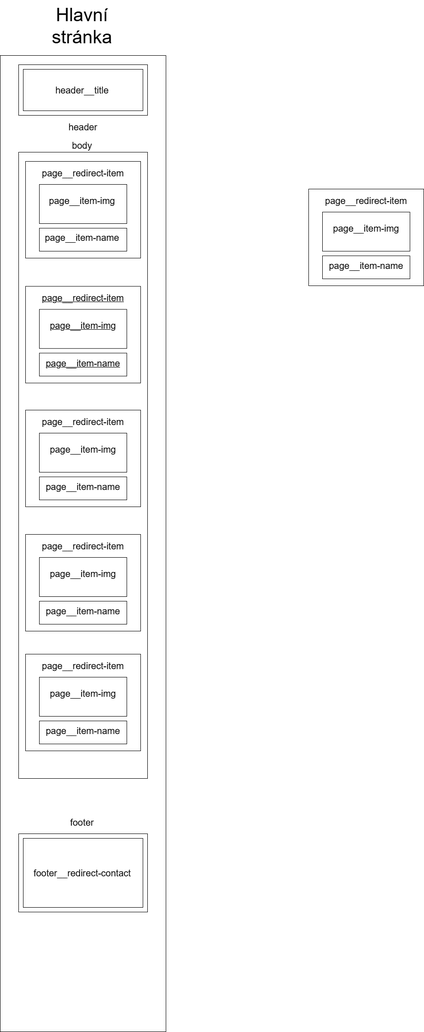
Before: web_design_mobile.drawio.png, a diagram exported from draw.io (pslib-cz/2025-p2b-web-project-matej-danihel). Source tidied: cells renumbered, new cells last; positions are measured from the earlier drawing's top-left corner, leaving out a move shared by most shapes.
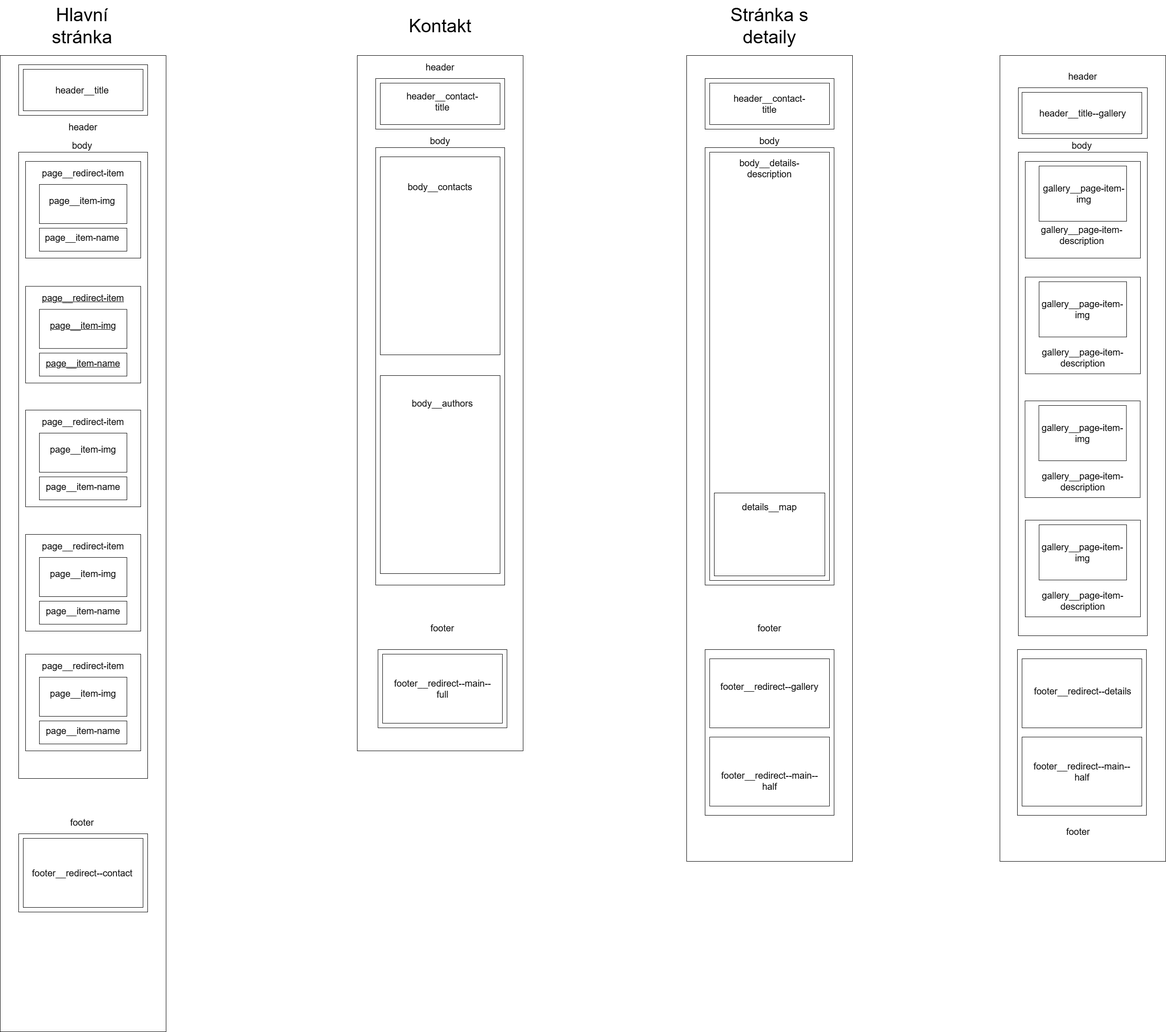
After the change.

Commit message:
mobile drawio diagram done

Change to the diagram source:
```diff
@@ -41,24 +41,6 @@
     <mxCell id="14" value="&lt;font style=&quot;font-size: 20px;&quot;&gt;page__item-name&lt;/font&gt;" style="text;html=1;whiteSpace=wrap;strokeColor=none;fillColor=none;align=center;verticalAlign=middle;rounded=0;" parent="1" vertex="1">
       <mxGeometry x="73" y="480" width="210" height="70" as="geometry" />
     </mxCell>
-    <mxCell id="15" style="rounded=0;whiteSpace=wrap;html=1;fillColor=none;" parent="1" vertex="1">
-      <mxGeometry x="670" y="410" width="250" height="210" as="geometry" />
-    </mxCell>
-    <mxCell id="16" style="rounded=0;whiteSpace=wrap;html=1;fillColor=none;" parent="1" vertex="1">
-      <mxGeometry x="700" y="555" width="190" height="50" as="geometry" />
-    </mxCell>
-    <mxCell id="17" style="rounded=0;whiteSpace=wrap;html=1;fillColor=none;" parent="1" vertex="1">
-      <mxGeometry x="700" y="460" width="190" height="85" as="geometry" />
-    </mxCell>
-    <mxCell id="18" value="&lt;font style=&quot;font-size: 20px;&quot;&gt;page__redirect-item&lt;/font&gt;" style="text;html=1;whiteSpace=wrap;strokeColor=none;fillColor=none;align=center;verticalAlign=middle;rounded=0;" parent="1" vertex="1">
-      <mxGeometry x="690" y="400" width="210" height="70" as="geometry" />
-    </mxCell>
-    <mxCell id="19" value="&lt;font style=&quot;font-size: 20px;&quot;&gt;page__item-img&lt;/font&gt;" style="text;html=1;whiteSpace=wrap;strokeColor=none;fillColor=none;align=center;verticalAlign=middle;rounded=0;" parent="1" vertex="1">
-      <mxGeometry x="690" y="460" width="210" height="70" as="geometry" />
-    </mxCell>
-    <mxCell id="20" value="&lt;font style=&quot;font-size: 20px;&quot;&gt;page__item-name&lt;/font&gt;" style="text;html=1;whiteSpace=wrap;strokeColor=none;fillColor=none;align=center;verticalAlign=middle;rounded=0;" parent="1" vertex="1">
-      <mxGeometry x="690" y="541.2" width="210" height="70" as="geometry" />
-    </mxCell>
     <mxCell id="21" value="&lt;font style=&quot;font-size: 20px;&quot;&gt;body&lt;/font&gt;" style="text;html=1;whiteSpace=wrap;strokeColor=none;fillColor=none;align=center;verticalAlign=middle;rounded=0;" parent="1" vertex="1">
       <mxGeometry x="118" y="300" width="120" height="30" as="geometry" />
     </mxCell>
@@ -143,8 +125,194 @@
     <mxCell id="48" style="rounded=0;whiteSpace=wrap;html=1;fillColor=none;" parent="1" vertex="1">
       <mxGeometry x="50" y="1820" width="260" height="150" as="geometry" />
     </mxCell>
-    <mxCell id="49" value="&lt;span style=&quot;font-size: 20px;&quot;&gt;footer__redirect-contact&lt;/span&gt;" style="text;html=1;whiteSpace=wrap;strokeColor=none;fillColor=none;align=center;verticalAlign=middle;rounded=0;" parent="1" vertex="1">
+    <mxCell id="49" value="&lt;span style=&quot;font-size: 20px;&quot;&gt;footer__redirect--contact&lt;/span&gt;" style="text;html=1;whiteSpace=wrap;strokeColor=none;fillColor=none;align=center;verticalAlign=middle;rounded=0;" parent="1" vertex="1">
       <mxGeometry x="60.5" y="1860" width="235" height="70" as="geometry" />
     </mxCell>
+    <mxCell id="50" style="rounded=0;whiteSpace=wrap;html=1;fillColor=none;" parent="1" vertex="1">
+      <mxGeometry x="775" y="120" width="360" height="1510" as="geometry" />
+    </mxCell>
+    <mxCell id="51" value="&lt;font style=&quot;font-size: 40px;&quot;&gt;Kontakt&lt;/font&gt;" style="text;html=1;whiteSpace=wrap;strokeColor=none;fillColor=none;align=center;verticalAlign=middle;rounded=0;" parent="1" vertex="1">
+      <mxGeometry x="840" y="10" width="230" height="90" as="geometry" />
+    </mxCell>
+    <mxCell id="52" style="rounded=0;whiteSpace=wrap;html=1;fillColor=none;" parent="1" vertex="1">
+      <mxGeometry x="815" y="170" width="280" height="110" as="geometry" />
+    </mxCell>
+    <mxCell id="53" style="rounded=0;whiteSpace=wrap;html=1;fillColor=none;" parent="1" vertex="1">
+      <mxGeometry x="825" y="180" width="260" height="90" as="geometry" />
+    </mxCell>
+    <mxCell id="54" value="&lt;font style=&quot;font-size: 20px;&quot;&gt;header__contact-title&lt;/font&gt;" style="text;html=1;whiteSpace=wrap;strokeColor=none;fillColor=none;align=center;verticalAlign=middle;rounded=0;" parent="1" vertex="1">
+      <mxGeometry x="870" y="200" width="180" height="40" as="geometry" />
+    </mxCell>
+    <mxCell id="55" value="&lt;font style=&quot;font-size: 20px;&quot;&gt;header&lt;/font&gt;" style="text;html=1;whiteSpace=wrap;strokeColor=none;fillColor=none;align=center;verticalAlign=middle;rounded=0;" parent="1" vertex="1">
+      <mxGeometry x="895" y="130" width="120" height="30" as="geometry" />
+    </mxCell>
+    <mxCell id="56" style="rounded=0;whiteSpace=wrap;html=1;fillColor=none;" parent="1" vertex="1">
+      <mxGeometry x="815" y="320" width="280" height="950" as="geometry" />
+    </mxCell>
+    <mxCell id="57" value="&lt;font style=&quot;font-size: 20px;&quot;&gt;body&lt;/font&gt;" style="text;html=1;whiteSpace=wrap;strokeColor=none;fillColor=none;align=center;verticalAlign=middle;rounded=0;" parent="1" vertex="1">
+      <mxGeometry x="895" y="290" width="120" height="30" as="geometry" />
+    </mxCell>
+    <mxCell id="58" style="rounded=0;whiteSpace=wrap;html=1;fillColor=none;" parent="1" vertex="1">
+      <mxGeometry x="825" y="340" width="260" height="430" as="geometry" />
+    </mxCell>
+    <mxCell id="59" value="&lt;font style=&quot;font-size: 20px;&quot;&gt;body__contacts&lt;/font&gt;" style="text;html=1;whiteSpace=wrap;strokeColor=none;fillColor=none;align=center;verticalAlign=middle;rounded=0;" parent="1" vertex="1">
+      <mxGeometry x="880" y="390" width="150" height="30" as="geometry" />
+    </mxCell>
+    <mxCell id="60" style="rounded=0;whiteSpace=wrap;html=1;fillColor=none;" parent="1" vertex="1">
+      <mxGeometry x="825" y="815" width="260" height="430" as="geometry" />
+    </mxCell>
+    <mxCell id="61" value="&lt;font style=&quot;font-size: 20px;&quot;&gt;body__authors&lt;/font&gt;" style="text;html=1;whiteSpace=wrap;strokeColor=none;fillColor=none;align=center;verticalAlign=middle;rounded=0;" parent="1" vertex="1">
+      <mxGeometry x="885" y="860" width="150" height="30" as="geometry" />
+    </mxCell>
+    <mxCell id="62" style="rounded=0;whiteSpace=wrap;html=1;fillColor=none;" parent="1" vertex="1">
+      <mxGeometry x="830" y="1420" width="260" height="150" as="geometry" />
+    </mxCell>
+    <mxCell id="63" style="rounded=0;whiteSpace=wrap;html=1;fillColor=none;" parent="1" vertex="1">
+      <mxGeometry x="820" y="1410" width="280" height="170" as="geometry" />
+    </mxCell>
+    <mxCell id="64" value="&lt;span style=&quot;font-size: 20px;&quot;&gt;footer&lt;/span&gt;" style="text;html=1;whiteSpace=wrap;strokeColor=none;fillColor=none;align=center;verticalAlign=middle;rounded=0;" parent="1" vertex="1">
+      <mxGeometry x="855" y="1327.5" width="210" height="70" as="geometry" />
+    </mxCell>
+    <mxCell id="65" value="&lt;span style=&quot;font-size: 20px;&quot;&gt;footer__redirect--main--full&lt;/span&gt;" style="text;html=1;whiteSpace=wrap;strokeColor=none;fillColor=none;align=center;verticalAlign=middle;rounded=0;" parent="1" vertex="1">
+      <mxGeometry x="842.5" y="1460" width="235" height="70" as="geometry" />
+    </mxCell>
+    <mxCell id="66" style="rounded=0;whiteSpace=wrap;html=1;fillColor=none;" parent="1" vertex="1">
+      <mxGeometry x="1490" y="120" width="360" height="1750" as="geometry" />
+    </mxCell>
+    <mxCell id="67" value="&lt;font style=&quot;font-size: 40px;&quot;&gt;Stránka s detaily&lt;/font&gt;" style="text;html=1;whiteSpace=wrap;strokeColor=none;fillColor=none;align=center;verticalAlign=middle;rounded=0;" parent="1" vertex="1">
+      <mxGeometry x="1555" width="230" height="110" as="geometry" />
+    </mxCell>
+    <mxCell id="68" style="rounded=0;whiteSpace=wrap;html=1;fillColor=none;" parent="1" vertex="1">
+      <mxGeometry x="1530" y="170" width="280" height="110" as="geometry" />
+    </mxCell>
+    <mxCell id="69" style="rounded=0;whiteSpace=wrap;html=1;fillColor=none;" parent="1" vertex="1">
+      <mxGeometry x="1540" y="180" width="260" height="90" as="geometry" />
+    </mxCell>
+    <mxCell id="70" value="&lt;font style=&quot;font-size: 20px;&quot;&gt;header__contact-title&lt;/font&gt;" style="text;html=1;whiteSpace=wrap;strokeColor=none;fillColor=none;align=center;verticalAlign=middle;rounded=0;" parent="1" vertex="1">
+      <mxGeometry x="1580" y="205" width="180" height="40" as="geometry" />
+    </mxCell>
+    <mxCell id="71" style="rounded=0;whiteSpace=wrap;html=1;fillColor=none;" parent="1" vertex="1">
+      <mxGeometry x="1530" y="320" width="280" height="950" as="geometry" />
+    </mxCell>
+    <mxCell id="72" value="&lt;font style=&quot;font-size: 20px;&quot;&gt;body&lt;/font&gt;" style="text;html=1;whiteSpace=wrap;strokeColor=none;fillColor=none;align=center;verticalAlign=middle;rounded=0;" parent="1" vertex="1">
+      <mxGeometry x="1610" y="290" width="120" height="30" as="geometry" />
+    </mxCell>
+    <mxCell id="73" style="rounded=0;whiteSpace=wrap;html=1;fillColor=none;" parent="1" vertex="1">
+      <mxGeometry x="1540" y="330" width="260" height="930" as="geometry" />
+    </mxCell>
+    <mxCell id="74" value="&lt;font style=&quot;font-size: 20px;&quot;&gt;body__details-description&lt;/font&gt;" style="text;html=1;whiteSpace=wrap;strokeColor=none;fillColor=none;align=center;verticalAlign=middle;rounded=0;" parent="1" vertex="1">
+      <mxGeometry x="1595" y="340" width="150" height="50" as="geometry" />
+    </mxCell>
+    <mxCell id="75" style="rounded=0;whiteSpace=wrap;html=1;fillColor=none;" parent="1" vertex="1">
+      <mxGeometry x="1550" y="1070" width="240" height="180" as="geometry" />
+    </mxCell>
+    <mxCell id="76" value="&lt;font style=&quot;font-size: 20px;&quot;&gt;details__map&lt;/font&gt;" style="text;html=1;whiteSpace=wrap;strokeColor=none;fillColor=none;align=center;verticalAlign=middle;rounded=0;" parent="1" vertex="1">
+      <mxGeometry x="1605" y="1085" width="130" height="30" as="geometry" />
+    </mxCell>
+    <mxCell id="77" style="rounded=0;whiteSpace=wrap;html=1;fillColor=none;" parent="1" vertex="1">
+      <mxGeometry x="1530" y="1410" width="280" height="360" as="geometry" />
+    </mxCell>
+    <mxCell id="78" value="&lt;span style=&quot;font-size: 20px;&quot;&gt;footer&lt;/span&gt;" style="text;html=1;whiteSpace=wrap;strokeColor=none;fillColor=none;align=center;verticalAlign=middle;rounded=0;" parent="1" vertex="1">
+      <mxGeometry x="1565" y="1327.5" width="210" height="70" as="geometry" />
+    </mxCell>
+    <mxCell id="79" style="rounded=0;whiteSpace=wrap;html=1;fillColor=none;" parent="1" vertex="1">
+      <mxGeometry x="1540" y="1430" width="260" height="150" as="geometry" />
+    </mxCell>
+    <mxCell id="80" style="rounded=0;whiteSpace=wrap;html=1;fillColor=none;" parent="1" vertex="1">
+      <mxGeometry x="1540" y="1600" width="260" height="150" as="geometry" />
+    </mxCell>
+    <mxCell id="81" value="&lt;span style=&quot;font-size: 20px;&quot;&gt;footer__redirect--main--half&lt;/span&gt;" style="text;html=1;whiteSpace=wrap;strokeColor=none;fillColor=none;align=center;verticalAlign=middle;rounded=0;" parent="1" vertex="1">
+      <mxGeometry x="1552.5" y="1660" width="235" height="70" as="geometry" />
+    </mxCell>
+    <mxCell id="82" value="&lt;span style=&quot;font-size: 20px;&quot;&gt;footer__redirect--gallery&lt;/span&gt;" style="text;html=1;whiteSpace=wrap;strokeColor=none;fillColor=none;align=center;verticalAlign=middle;rounded=0;" parent="1" vertex="1">
+      <mxGeometry x="1550" y="1470" width="240" height="40" as="geometry" />
+    </mxCell>
+    <mxCell id="83" style="rounded=0;whiteSpace=wrap;html=1;fillColor=none;" parent="1" vertex="1">
+      <mxGeometry x="2170" y="120" width="360" height="1750" as="geometry" />
+    </mxCell>
+    <mxCell id="84" style="rounded=0;whiteSpace=wrap;html=1;fillColor=none;" parent="1" vertex="1">
+      <mxGeometry x="2210" y="190" width="280" height="110" as="geometry" />
+    </mxCell>
+    <mxCell id="85" style="rounded=0;whiteSpace=wrap;html=1;fillColor=none;" parent="1" vertex="1">
+      <mxGeometry x="2218" y="200" width="260" height="90" as="geometry" />
+    </mxCell>
+    <mxCell id="86" value="&lt;font style=&quot;font-size: 20px;&quot;&gt;header&lt;/font&gt;" style="text;html=1;whiteSpace=wrap;strokeColor=none;fillColor=none;align=center;verticalAlign=middle;rounded=0;" parent="1" vertex="1">
+      <mxGeometry x="2290" y="150" width="120" height="30" as="geometry" />
+    </mxCell>
+    <mxCell id="87" value="&lt;font style=&quot;font-size: 20px;&quot;&gt;header__title--gallery&lt;/font&gt;" style="text;html=1;whiteSpace=wrap;strokeColor=none;fillColor=none;align=center;verticalAlign=middle;rounded=0;" parent="1" vertex="1">
+      <mxGeometry x="2240" y="230" width="220" height="30" as="geometry" />
+    </mxCell>
+    <mxCell id="88" style="rounded=0;whiteSpace=wrap;html=1;fillColor=none;" parent="1" vertex="1">
+      <mxGeometry x="2210" y="330" width="280" height="1050" as="geometry" />
+    </mxCell>
+    <mxCell id="89" style="rounded=0;whiteSpace=wrap;html=1;fillColor=none;" parent="1" vertex="1">
+      <mxGeometry x="2225" y="350" width="250" height="210" as="geometry" />
+    </mxCell>
+    <mxCell id="90" style="rounded=0;whiteSpace=wrap;html=1;fillColor=none;" parent="1" vertex="1">
+      <mxGeometry x="2255" y="360" width="190" height="120" as="geometry" />
+    </mxCell>
+    <mxCell id="91" value="&lt;font style=&quot;font-size: 20px;&quot;&gt;gallery__page-item-description&lt;/font&gt;" style="text;html=1;whiteSpace=wrap;strokeColor=none;fillColor=none;align=center;verticalAlign=middle;rounded=0;" parent="1" vertex="1">
+      <mxGeometry x="2243" y="475" width="210" height="70" as="geometry" />
+    </mxCell>
+    <mxCell id="92" value="&lt;font style=&quot;font-size: 20px;&quot;&gt;gallery__page-item-img&lt;/font&gt;" style="text;html=1;whiteSpace=wrap;strokeColor=none;fillColor=none;align=center;verticalAlign=middle;rounded=0;" parent="1" vertex="1">
+      <mxGeometry x="2260" y="390" width="185" height="60" as="geometry" />
+    </mxCell>
+    <mxCell id="93" value="&lt;font style=&quot;font-size: 20px;&quot;&gt;body&lt;/font&gt;" style="text;html=1;whiteSpace=wrap;strokeColor=none;fillColor=none;align=center;verticalAlign=middle;rounded=0;" parent="1" vertex="1">
+      <mxGeometry x="2288" y="300" width="120" height="30" as="geometry" />
+    </mxCell>
+    <mxCell id="94" style="rounded=0;whiteSpace=wrap;html=1;fillColor=none;" parent="1" vertex="1">
+      <mxGeometry x="2225" y="601.2" width="250" height="210" as="geometry" />
+    </mxCell>
+    <mxCell id="95" style="rounded=0;whiteSpace=wrap;html=1;fillColor=none;" parent="1" vertex="1">
+      <mxGeometry x="2255" y="611.2" width="190" height="120" as="geometry" />
+    </mxCell>
+    <mxCell id="96" value="&lt;font style=&quot;font-size: 20px;&quot;&gt;gallery__page-item-img&lt;/font&gt;" style="text;html=1;whiteSpace=wrap;strokeColor=none;fillColor=none;align=center;verticalAlign=middle;rounded=0;" parent="1" vertex="1">
+      <mxGeometry x="2257" y="641.2" width="185" height="60" as="geometry" />
+    </mxCell>
+    <mxCell id="97" value="&lt;font style=&quot;font-size: 20px;&quot;&gt;gallery__page-item-description&lt;/font&gt;" style="text;html=1;whiteSpace=wrap;strokeColor=none;fillColor=none;align=center;verticalAlign=middle;rounded=0;" parent="1" vertex="1">
+      <mxGeometry x="2245" y="741.2" width="210" height="70" as="geometry" />
+    </mxCell>
+    <mxCell id="98" style="rounded=0;whiteSpace=wrap;html=1;fillColor=none;" parent="1" vertex="1">
+      <mxGeometry x="2224.5" y="870" width="250" height="210" as="geometry" />
+    </mxCell>
+    <mxCell id="99" style="rounded=0;whiteSpace=wrap;html=1;fillColor=none;" parent="1" vertex="1">
+      <mxGeometry x="2254.5" y="880" width="190" height="120" as="geometry" />
+    </mxCell>
+    <mxCell id="100" value="&lt;font style=&quot;font-size: 20px;&quot;&gt;gallery__page-item-img&lt;/font&gt;" style="text;html=1;whiteSpace=wrap;strokeColor=none;fillColor=none;align=center;verticalAlign=middle;rounded=0;" parent="1" vertex="1">
+      <mxGeometry x="2256.5" y="910" width="185" height="60" as="geometry" />
+    </mxCell>
+    <mxCell id="101" value="&lt;font style=&quot;font-size: 20px;&quot;&gt;gallery__page-item-description&lt;/font&gt;" style="text;html=1;whiteSpace=wrap;strokeColor=none;fillColor=none;align=center;verticalAlign=middle;rounded=0;" parent="1" vertex="1">
+      <mxGeometry x="2244.5" y="1010" width="210" height="70" as="geometry" />
+    </mxCell>
+    <mxCell id="102" style="rounded=0;whiteSpace=wrap;html=1;fillColor=none;" parent="1" vertex="1">
+      <mxGeometry x="2225" y="1129" width="250" height="210" as="geometry" />
+    </mxCell>
+    <mxCell id="103" style="rounded=0;whiteSpace=wrap;html=1;fillColor=none;" parent="1" vertex="1">
+      <mxGeometry x="2255" y="1139" width="190" height="120" as="geometry" />
+    </mxCell>
+    <mxCell id="104" value="&lt;font style=&quot;font-size: 20px;&quot;&gt;gallery__page-item-img&lt;/font&gt;" style="text;html=1;whiteSpace=wrap;strokeColor=none;fillColor=none;align=center;verticalAlign=middle;rounded=0;" parent="1" vertex="1">
+      <mxGeometry x="2257" y="1169" width="185" height="60" as="geometry" />
+    </mxCell>
+    <mxCell id="105" value="&lt;font style=&quot;font-size: 20px;&quot;&gt;gallery__page-item-description&lt;/font&gt;" style="text;html=1;whiteSpace=wrap;strokeColor=none;fillColor=none;align=center;verticalAlign=middle;rounded=0;" parent="1" vertex="1">
+      <mxGeometry x="2245" y="1269" width="210" height="70" as="geometry" />
+    </mxCell>
+    <mxCell id="106" style="rounded=0;whiteSpace=wrap;html=1;fillColor=none;" parent="1" vertex="1">
+      <mxGeometry x="2208" y="1410" width="280" height="360" as="geometry" />
+    </mxCell>
+    <mxCell id="107" style="rounded=0;whiteSpace=wrap;html=1;fillColor=none;" parent="1" vertex="1">
+      <mxGeometry x="2218" y="1430" width="260" height="150" as="geometry" />
+    </mxCell>
+    <mxCell id="108" style="rounded=0;whiteSpace=wrap;html=1;fillColor=none;" parent="1" vertex="1">
+      <mxGeometry x="2218" y="1600" width="260" height="150" as="geometry" />
+    </mxCell>
+    <mxCell id="109" value="&lt;span style=&quot;font-size: 20px;&quot;&gt;footer__redirect--main--half&lt;/span&gt;" style="text;html=1;whiteSpace=wrap;strokeColor=none;fillColor=none;align=center;verticalAlign=middle;rounded=0;" parent="1" vertex="1">
+      <mxGeometry x="2230.5" y="1640" width="235" height="70" as="geometry" />
+    </mxCell>
+    <mxCell id="110" value="&lt;span style=&quot;font-size: 20px;&quot;&gt;footer__redirect--details&lt;/span&gt;" style="text;html=1;whiteSpace=wrap;strokeColor=none;fillColor=none;align=center;verticalAlign=middle;rounded=0;" parent="1" vertex="1">
+      <mxGeometry x="2230" y="1480" width="240" height="40" as="geometry" />
+    </mxCell>
+    <mxCell id="111" value="&lt;span style=&quot;font-size: 20px;&quot;&gt;footer&lt;/span&gt;" style="text;html=1;whiteSpace=wrap;strokeColor=none;fillColor=none;align=center;verticalAlign=middle;rounded=0;" parent="1" vertex="1">
+      <mxGeometry x="2235" y="1770" width="210" height="70" as="geometry" />
+    </mxCell>
   </root>
 </mxGraphModel>
```
